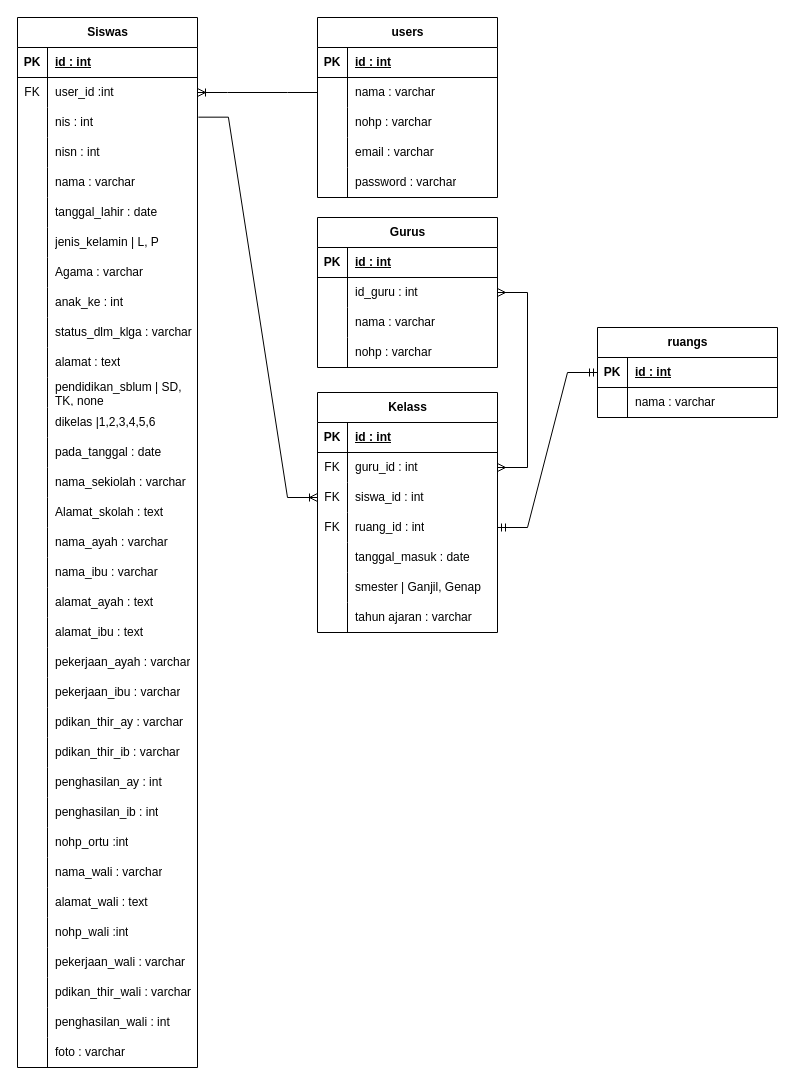
Above: database.drawio in XxGembelxX/Rancangan_KP (draw.io), before the change. Source tidied: cells renumbered, new cells numbered last; positions are measured from the earlier drawing's top-left corner, leaving out a move shared by most shapes. Both pictures are drawn from the tidied source at 100%, with x=0, y=0 at pixel (17, 17).
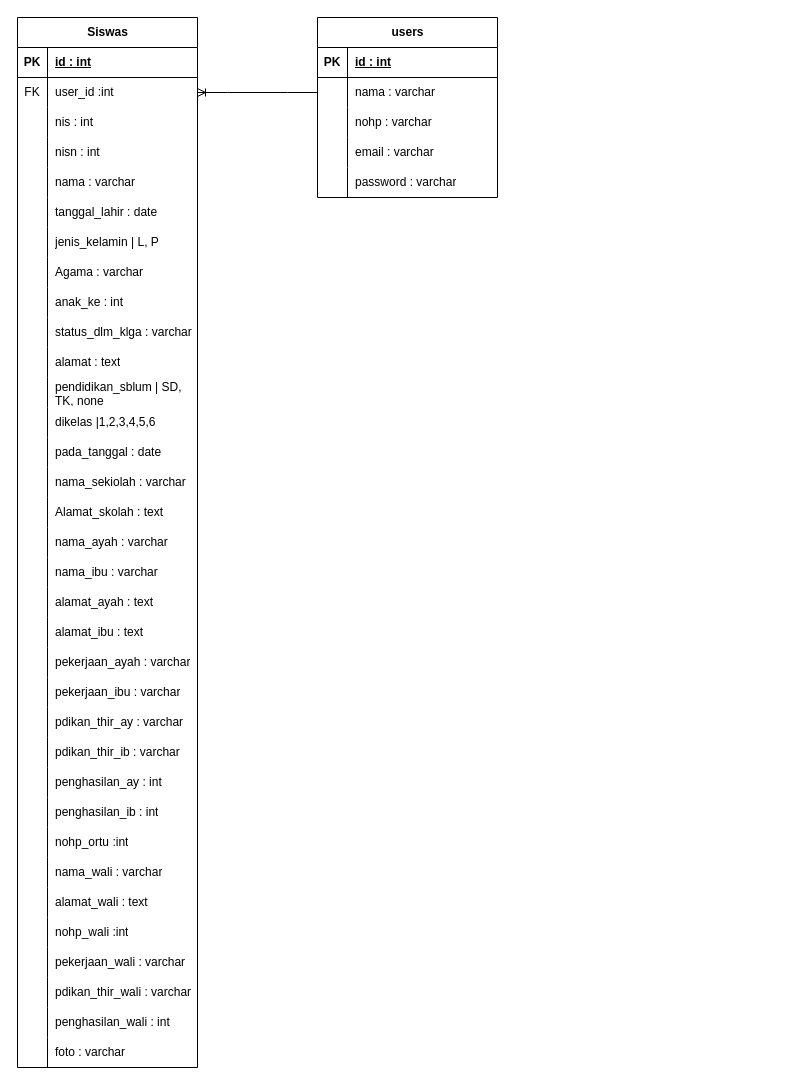
After the change.

Unchanged cells that the change refers to:
```xml
<mxCell id="25" style="shape=tableRow;horizontal=0;startSize=0;swimlaneHead=0;swimlaneBody=0;fillColor=none;points=[[0,0.5],[1,0.5]];portConstraint=eastwest;top=0;left=0;right=0;bottom=0;rounded=0;labelBackgroundColor=none;" parent="18" vertex="1">
  <mxGeometry y="90" width="180" height="30" as="geometry" />
</mxCell>
```

What changed in the source:
```diff
@@
-    <mxCell id="121" value="Gurus" style="shape=table;startSize=30;childLayout=tableLayout;rowLines=0;fontStyle=1;align=center;html=1;rounded=0;labelBackgroundColor=none;" parent="1" vertex="1">
-      <mxGeometry x="300" y="200" width="180" height="150" as="geometry" />
-    </mxCell>
-    <mxCell id="122" style="shape=tableRow;horizontal=0;startSize=0;swimlaneHead=0;swimlaneBody=0;fillColor=none;top=0;left=0;right=0;bottom=1;rounded=0;labelBackgroundColor=none;" parent="121" vertex="1">
-      <mxGeometry y="30" width="180" height="30" as="geometry" />
-    </mxCell>
-    <mxCell id="123" value="PK" style="shape=partialRectangle;fillColor=none;top=0;left=0;bottom=0;right=0;fontStyle=1;overflow=hidden;whiteSpace=wrap;html=1;rounded=0;labelBackgroundColor=none;" parent="122" vertex="1">
-      <mxGeometry width="30" height="30" as="geometry" />
-    </mxCell>
-    <mxCell id="124" value="id : int" style="shape=partialRectangle;fillColor=none;top=0;left=0;bottom=0;right=0;align=left;spacingLeft=6;fontStyle=5;overflow=hidden;whiteSpace=wrap;html=1;rounded=0;labelBackgroundColor=none;" parent="122" vertex="1">
-      <mxGeometry x="30" width="150" height="30" as="geometry" />
-    </mxCell>
-    <mxCell id="125" style="shape=tableRow;horizontal=0;startSize=0;swimlaneHead=0;swimlaneBody=0;fillColor=none;points=[[0,0.5],[1,0.5]];portConstraint=eastwest;top=0;left=0;right=0;bottom=0;rounded=0;labelBackgroundColor=none;" parent="121" vertex="1">
-      <mxGeometry y="60" width="180" height="30" as="geometry" />
-    </mxCell>
-    <mxCell id="126" style="shape=partialRectangle;fillColor=none;top=0;left=0;bottom=0;right=0;overflow=hidden;whiteSpace=wrap;html=1;rounded=0;labelBackgroundColor=none;" parent="125" vertex="1">
-      <mxGeometry width="30" height="30" as="geometry" />
-    </mxCell>
-    <mxCell id="127" value="id_guru : int" style="shape=partialRectangle;fillColor=none;top=0;left=0;bottom=0;right=0;align=left;spacingLeft=6;overflow=hidden;whiteSpace=wrap;html=1;rounded=0;labelBackgroundColor=none;" parent="125" vertex="1">
-      <mxGeometry x="30" width="150" height="30" as="geometry" />
-    </mxCell>
-    <mxCell id="128" style="shape=tableRow;horizontal=0;startSize=0;swimlaneHead=0;swimlaneBody=0;fillColor=none;top=0;left=0;right=0;bottom=0;rounded=0;labelBackgroundColor=none;" parent="121" vertex="1">
-      <mxGeometry y="90" width="180" height="30" as="geometry" />
-    </mxCell>
-    <mxCell id="129" style="shape=partialRectangle;fillColor=none;top=0;left=0;bottom=0;right=0;overflow=hidden;whiteSpace=wrap;html=1;rounded=0;labelBackgroundColor=none;" parent="128" vertex="1">
-      <mxGeometry width="30" height="30" as="geometry" />
-    </mxCell>
-    <mxCell id="130" value="nama : varchar" style="shape=partialRectangle;fillColor=none;top=0;left=0;bottom=0;right=0;align=left;spacingLeft=6;overflow=hidden;whiteSpace=wrap;html=1;rounded=0;labelBackgroundColor=none;" parent="128" vertex="1">
-      <mxGeometry x="30" width="150" height="30" as="geometry" />
-    </mxCell>
-    <mxCell id="131" style="shape=tableRow;horizontal=0;startSize=0;swimlaneHead=0;swimlaneBody=0;fillColor=none;top=0;left=0;right=0;bottom=0;rounded=0;labelBackgroundColor=none;" parent="121" vertex="1">
-      <mxGeometry y="120" width="180" height="30" as="geometry" />
-    </mxCell>
-    <mxCell id="132" style="shape=partialRectangle;fillColor=none;top=0;left=0;bottom=0;right=0;overflow=hidden;whiteSpace=wrap;html=1;rounded=0;labelBackgroundColor=none;" parent="131" vertex="1">
-      <mxGeometry width="30" height="30" as="geometry" />
-    </mxCell>
-    <mxCell id="133" value="nohp : varchar" style="shape=partialRectangle;fillColor=none;top=0;left=0;bottom=0;right=0;align=left;spacingLeft=6;overflow=hidden;whiteSpace=wrap;html=1;rounded=0;labelBackgroundColor=none;" parent="131" vertex="1">
-      <mxGeometry x="30" width="150" height="30" as="geometry" />
-    </mxCell>
-    <mxCell id="134" value="Kelass" style="shape=table;startSize=30;childLayout=tableLayout;rowLines=0;fontStyle=1;align=center;html=1;rounded=0;labelBackgroundColor=none;" parent="1" vertex="1">
-      <mxGeometry x="300" y="375" width="180" height="240" as="geometry" />
-    </mxCell>
-    <mxCell id="135" style="shape=tableRow;horizontal=0;startSize=0;swimlaneHead=0;swimlaneBody=0;fillColor=none;top=0;left=0;right=0;bottom=1;rounded=0;labelBackgroundColor=none;" parent="134" vertex="1">
-      <mxGeometry y="30" width="180" height="30" as="geometry" />
-    </mxCell>
-    <mxCell id="136" value="PK" style="shape=partialRectangle;fillColor=none;top=0;left=0;bottom=0;right=0;fontStyle=1;overflow=hidden;whiteSpace=wrap;html=1;rounded=0;labelBackgroundColor=none;" parent="135" vertex="1">
-      <mxGeometry width="30" height="30" as="geometry" />
-    </mxCell>
-    <mxCell id="137" value="id : int" style="shape=partialRectangle;fillColor=none;top=0;left=0;bottom=0;right=0;align=left;spacingLeft=6;fontStyle=5;overflow=hidden;whiteSpace=wrap;html=1;rounded=0;labelBackgroundColor=none;" parent="135" vertex="1">
-      <mxGeometry x="30" width="150" height="30" as="geometry" />
-    </mxCell>
-    <mxCell id="138" style="shape=tableRow;horizontal=0;startSize=0;swimlaneHead=0;swimlaneBody=0;fillColor=none;points=[[0,0.5],[1,0.5]];portConstraint=eastwest;top=0;left=0;right=0;bottom=0;rounded=0;labelBackgroundColor=none;" parent="134" vertex="1">
-      <mxGeometry y="60" width="180" height="30" as="geometry" />
-    </mxCell>
-    <mxCell id="139" value="FK" style="shape=partialRectangle;fillColor=none;top=0;left=0;bottom=0;right=0;overflow=hidden;whiteSpace=wrap;html=1;rounded=0;labelBackgroundColor=none;" parent="138" vertex="1">
-      <mxGeometry width="30" height="30" as="geometry" />
-    </mxCell>
-    <mxCell id="140" value="guru_id : int" style="shape=partialRectangle;fillColor=none;top=0;left=0;bottom=0;right=0;align=left;spacingLeft=6;overflow=hidden;whiteSpace=wrap;html=1;rounded=0;labelBackgroundColor=none;" parent="138" vertex="1">
-      <mxGeometry x="30" width="150" height="30" as="geometry" />
-    </mxCell>
-    <mxCell id="141" style="shape=tableRow;horizontal=0;startSize=0;swimlaneHead=0;swimlaneBody=0;fillColor=none;points=[[0,0.5],[1,0.5]];portConstraint=eastwest;top=0;left=0;right=0;bottom=0;rounded=0;labelBackgroundColor=none;" parent="134" vertex="1">
-      <mxGeometry y="90" width="180" height="30" as="geometry" />
-    </mxCell>
-    <mxCell id="142" value="FK" style="shape=partialRectangle;fillColor=none;top=0;left=0;bottom=0;right=0;overflow=hidden;whiteSpace=wrap;html=1;rounded=0;labelBackgroundColor=none;" parent="141" vertex="1">
-      <mxGeometry width="30" height="30" as="geometry" />
-    </mxCell>
-    <mxCell id="143" value="siswa_id : int" style="shape=partialRectangle;fillColor=none;top=0;left=0;bottom=0;right=0;align=left;spacingLeft=6;overflow=hidden;whiteSpace=wrap;html=1;rounded=0;labelBackgroundColor=none;" parent="141" vertex="1">
-      <mxGeometry x="30" width="150" height="30" as="geometry" />
-    </mxCell>
-    <mxCell id="144" style="shape=tableRow;horizontal=0;startSize=0;swimlaneHead=0;swimlaneBody=0;fillColor=none;points=[[0,0.5],[1,0.5]];portConstraint=eastwest;top=0;left=0;right=0;bottom=0;rounded=0;labelBackgroundColor=none;" parent="134" vertex="1">
-      <mxGeometry y="120" width="180" height="30" as="geometry" />
-    </mxCell>
-    <mxCell id="145" value="FK" style="shape=partialRectangle;fillColor=none;top=0;left=0;bottom=0;right=0;overflow=hidden;whiteSpace=wrap;html=1;rounded=0;labelBackgroundColor=none;" parent="144" vertex="1">
-      <mxGeometry width="30" height="30" as="geometry" />
-    </mxCell>
-    <mxCell id="146" value="ruang_id : int" style="shape=partialRectangle;fillColor=none;top=0;left=0;bottom=0;right=0;align=left;spacingLeft=6;overflow=hidden;whiteSpace=wrap;html=1;rounded=0;labelBackgroundColor=none;" parent="144" vertex="1">
-      <mxGeometry x="30" width="150" height="30" as="geometry" />
-    </mxCell>
-    <mxCell id="147" style="shape=tableRow;horizontal=0;startSize=0;swimlaneHead=0;swimlaneBody=0;fillColor=none;top=0;left=0;right=0;bottom=0;rounded=0;labelBackgroundColor=none;" parent="134" vertex="1">
-      <mxGeometry y="150" width="180" height="30" as="geometry" />
-    </mxCell>
-    <mxCell id="148" style="shape=partialRectangle;fillColor=none;top=0;left=0;bottom=0;right=0;overflow=hidden;whiteSpace=wrap;html=1;rounded=0;labelBackgroundColor=none;" parent="147" vertex="1">
-      <mxGeometry width="30" height="30" as="geometry" />
-    </mxCell>
-    <mxCell id="149" value="tanggal_masuk : date" style="shape=partialRectangle;fillColor=none;top=0;left=0;bottom=0;right=0;align=left;spacingLeft=6;overflow=hidden;whiteSpace=wrap;html=1;rounded=0;labelBackgroundColor=none;" parent="147" vertex="1">
-      <mxGeometry x="30" width="150" height="30" as="geometry" />
-    </mxCell>
-    <mxCell id="150" style="shape=tableRow;horizontal=0;startSize=0;swimlaneHead=0;swimlaneBody=0;fillColor=none;top=0;left=0;right=0;bottom=0;rounded=0;labelBackgroundColor=none;" parent="134" vertex="1">
-      <mxGeometry y="180" width="180" height="30" as="geometry" />
-    </mxCell>
-    <mxCell id="151" style="shape=partialRectangle;fillColor=none;top=0;left=0;bottom=0;right=0;overflow=hidden;whiteSpace=wrap;html=1;rounded=0;labelBackgroundColor=none;" parent="150" vertex="1">
-      <mxGeometry width="30" height="30" as="geometry" />
-    </mxCell>
-    <mxCell id="152" value="smester | Ganjil, Genap" style="shape=partialRectangle;fillColor=none;top=0;left=0;bottom=0;right=0;align=left;spacingLeft=6;overflow=hidden;whiteSpace=wrap;html=1;rounded=0;labelBackgroundColor=none;" parent="150" vertex="1">
-      <mxGeometry x="30" width="150" height="30" as="geometry" />
-    </mxCell>
-    <mxCell id="153" style="shape=tableRow;horizontal=0;startSize=0;swimlaneHead=0;swimlaneBody=0;fillColor=none;top=0;left=0;right=0;bottom=0;rounded=0;labelBackgroundColor=none;" parent="134" vertex="1">
-      <mxGeometry y="210" width="180" height="30" as="geometry" />
-    </mxCell>
-    <mxCell id="154" style="shape=partialRectangle;fillColor=none;top=0;left=0;bottom=0;right=0;overflow=hidden;whiteSpace=wrap;html=1;rounded=0;labelBackgroundColor=none;" parent="153" vertex="1">
-      <mxGeometry width="30" height="30" as="geometry" />
-    </mxCell>
-    <mxCell id="155" value="tahun ajaran : varchar" style="shape=partialRectangle;fillColor=none;top=0;left=0;bottom=0;right=0;align=left;spacingLeft=6;overflow=hidden;whiteSpace=wrap;html=1;rounded=0;labelBackgroundColor=none;" parent="153" vertex="1">
-      <mxGeometry x="30" width="150" height="30" as="geometry" />
-    </mxCell>
-    <mxCell id="156" style="edgeStyle=entityRelationEdgeStyle;fontSize=12;html=1;endArrow=ERoneToMany;rounded=0;exitX=1.005;exitY=0.322;exitDx=0;exitDy=0;exitPerimeter=0;labelBackgroundColor=none;fontColor=default;" parent="1" edge="1" source="25" target="141">
-      <mxGeometry relative="1" as="geometry" />
-    </mxCell>
-    <mxCell id="157" style="edgeStyle=entityRelationEdgeStyle;fontSize=12;html=1;endArrow=ERmany;startArrow=ERmany;rounded=0;labelBackgroundColor=none;fontColor=default;" parent="1" edge="1" source="125" target="138">
-      <mxGeometry relative="1" as="geometry" />
-    </mxCell>
@@
-    <mxCell id="159" value="ruangs" style="shape=table;startSize=30;childLayout=tableLayout;rowLines=0;fontStyle=1;align=center;html=1;rounded=0;labelBackgroundColor=none;" parent="1" vertex="1">
-      <mxGeometry x="580" y="310" width="180" height="90" as="geometry" />
-    </mxCell>
-    <mxCell id="160" style="shape=tableRow;horizontal=0;startSize=0;swimlaneHead=0;swimlaneBody=0;fillColor=none;points=[[0,0.5],[1,0.5]];portConstraint=eastwest;top=0;left=0;right=0;bottom=1;rounded=0;labelBackgroundColor=none;" parent="159" vertex="1">
-      <mxGeometry y="30" width="180" height="30" as="geometry" />
-    </mxCell>
-    <mxCell id="161" value="PK" style="shape=partialRectangle;fillColor=none;top=0;left=0;bottom=0;right=0;fontStyle=1;overflow=hidden;whiteSpace=wrap;html=1;rounded=0;labelBackgroundColor=none;" parent="160" vertex="1">
-      <mxGeometry width="30" height="30" as="geometry" />
-    </mxCell>
-    <mxCell id="162" value="id : int" style="shape=partialRectangle;fillColor=none;top=0;left=0;bottom=0;right=0;align=left;spacingLeft=6;fontStyle=5;overflow=hidden;whiteSpace=wrap;html=1;rounded=0;labelBackgroundColor=none;" parent="160" vertex="1">
-      <mxGeometry x="30" width="150" height="30" as="geometry" />
-    </mxCell>
-    <mxCell id="163" style="shape=tableRow;horizontal=0;startSize=0;swimlaneHead=0;swimlaneBody=0;fillColor=none;top=0;left=0;right=0;bottom=0;rounded=0;labelBackgroundColor=none;" parent="159" vertex="1">
-      <mxGeometry y="60" width="180" height="30" as="geometry" />
-    </mxCell>
-    <mxCell id="164" style="shape=partialRectangle;fillColor=none;top=0;left=0;bottom=0;right=0;overflow=hidden;whiteSpace=wrap;html=1;rounded=0;labelBackgroundColor=none;" parent="163" vertex="1">
-      <mxGeometry width="30" height="30" as="geometry" />
-    </mxCell>
-    <mxCell id="165" value="nama : varchar" style="shape=partialRectangle;fillColor=none;top=0;left=0;bottom=0;right=0;align=left;spacingLeft=6;overflow=hidden;whiteSpace=wrap;html=1;rounded=0;labelBackgroundColor=none;" parent="163" vertex="1">
-      <mxGeometry x="30" width="150" height="30" as="geometry" />
-    </mxCell>
-    <mxCell id="166" style="edgeStyle=entityRelationEdgeStyle;fontSize=12;html=1;endArrow=ERmandOne;startArrow=ERmandOne;rounded=0;labelBackgroundColor=none;fontColor=default;" parent="1" edge="1" source="160" target="144">
-      <mxGeometry relative="1" as="geometry" />
-    </mxCell>
```
